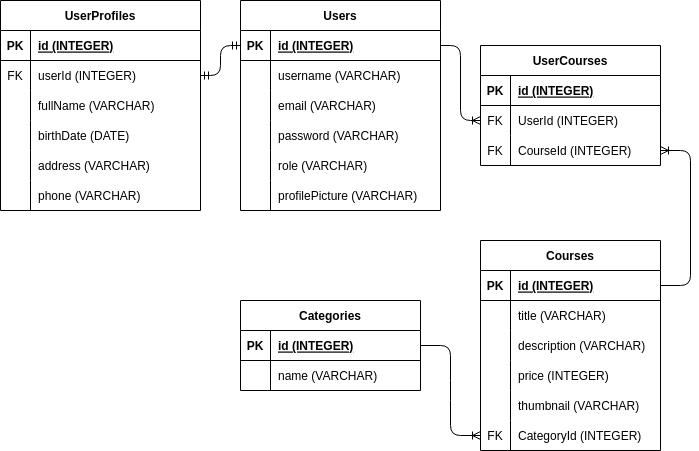
Earlier version of the draw.io export erd.drawio.png (HuseinHQ/ayo-coding). Source tidied: cells renumbered, new cells last; positions are measured from the earlier drawing's top-left corner, leaving out a move shared by most shapes.
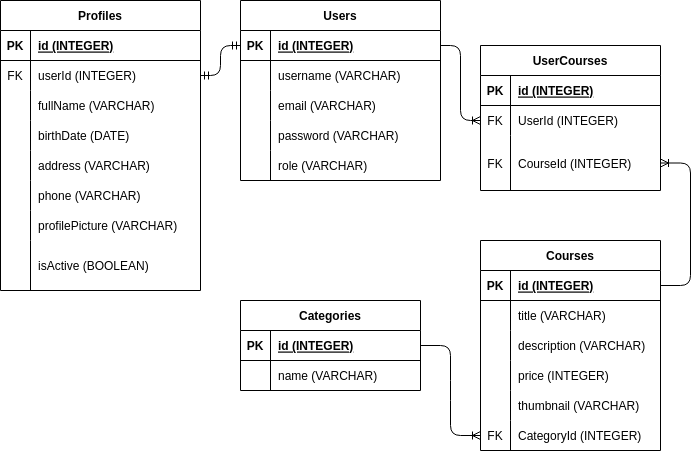
Above is the later version.

The edit, as a diff of the source:
```diff
@@ -3,7 +3,7 @@
     <mxCell id="0" />
     <mxCell id="1" parent="0" />
     <mxCell id="2" value="Users" style="shape=table;startSize=30;rowLines=0;fontStyle=1;align=center;" parent="1" vertex="1">
-      <mxGeometry x="240" width="200" height="210" as="geometry" />
+      <mxGeometry x="240" width="200" height="180" as="geometry" />
     </mxCell>
     <mxCell id="3" style="shape=tableRow;horizontal=0;startSize=0;swimlaneHead=0;swimlaneBody=0;fillColor=none;points=[[0,0.5],[1,0.5]];portConstraint=eastwest;top=0;left=0;right=0;bottom=1;" parent="2" vertex="1">
       <mxGeometry y="30" width="200" height="30" as="geometry" />
@@ -50,15 +50,6 @@
     <mxCell id="17" value="role (VARCHAR)" style="shape=partialRectangle;fillColor=none;top=0;left=0;bottom=0;right=0;align=left;spacingLeft=6;overflow=hidden;" parent="15" vertex="1">
       <mxGeometry x="30" width="170" height="30" as="geometry" />
     </mxCell>
-    <mxCell id="18" style="shape=tableRow;horizontal=0;startSize=0;swimlaneHead=0;swimlaneBody=0;fillColor=none;top=0;left=0;right=0;bottom=0;" parent="2" vertex="1">
-      <mxGeometry y="180" width="200" height="30" as="geometry" />
-    </mxCell>
-    <mxCell id="19" style="shape=partialRectangle;fillColor=none;top=0;left=0;bottom=0;right=0;overflow=hidden;" parent="18" vertex="1">
-      <mxGeometry width="30" height="30" as="geometry" />
-    </mxCell>
-    <mxCell id="20" value="profilePicture (VARCHAR)" style="shape=partialRectangle;fillColor=none;top=0;left=0;bottom=0;right=0;align=left;spacingLeft=6;overflow=hidden;" parent="18" vertex="1">
-      <mxGeometry x="30" width="170" height="30" as="geometry" />
-    </mxCell>
     <mxCell id="21" value="Courses" style="shape=table;startSize=30;rowLines=0;fontStyle=1;align=center;" parent="1" vertex="1">
       <mxGeometry x="480" y="240" width="180" height="210" as="geometry" />
     </mxCell>
@@ -116,8 +107,8 @@
     <mxCell id="39" value="CategoryId (INTEGER)" style="shape=partialRectangle;fillColor=none;top=0;left=0;bottom=0;right=0;align=left;spacingLeft=6;overflow=hidden;" parent="37" vertex="1">
       <mxGeometry x="30" width="150" height="30" as="geometry" />
     </mxCell>
-    <mxCell id="40" value="UserProfiles" style="shape=table;startSize=30;rowLines=0;fontStyle=1;align=center;" parent="1" vertex="1">
-      <mxGeometry width="200" height="210" as="geometry" />
+    <mxCell id="40" value="Profiles" style="shape=table;startSize=30;rowLines=0;fontStyle=1;align=center;" parent="1" vertex="1">
+      <mxGeometry width="200" height="290" as="geometry" />
     </mxCell>
     <mxCell id="41" style="shape=tableRow;horizontal=0;startSize=0;swimlaneHead=0;swimlaneBody=0;fillColor=none;top=0;left=0;right=0;bottom=1;" parent="40" vertex="1">
       <mxGeometry y="30" width="200" height="30" as="geometry" />
@@ -164,14 +155,32 @@
     <mxCell id="55" value="address (VARCHAR)" style="shape=partialRectangle;fillColor=none;top=0;left=0;bottom=0;right=0;align=left;spacingLeft=6;overflow=hidden;" parent="53" vertex="1">
       <mxGeometry x="30" width="170" height="30" as="geometry" />
     </mxCell>
+    <mxCell id="18" style="shape=tableRow;horizontal=0;startSize=0;swimlaneHead=0;swimlaneBody=0;fillColor=none;top=0;left=0;right=0;bottom=0;" parent="40" vertex="1">
+      <mxGeometry y="180" width="200" height="30" as="geometry" />
+    </mxCell>
+    <mxCell id="80" style="shape=partialRectangle;fillColor=none;top=0;left=0;bottom=0;right=0;overflow=hidden;" parent="18" vertex="1">
+      <mxGeometry width="30" height="30" as="geometry" />
+    </mxCell>
+    <mxCell id="81" value="phone (VARCHAR)" style="shape=partialRectangle;fillColor=none;top=0;left=0;bottom=0;right=0;align=left;spacingLeft=6;overflow=hidden;" parent="18" vertex="1">
+      <mxGeometry x="30" width="170" height="30" as="geometry" />
+    </mxCell>
+    <mxCell id="82" style="shape=tableRow;horizontal=0;startSize=0;swimlaneHead=0;swimlaneBody=0;fillColor=none;top=0;left=0;right=0;bottom=0;" parent="40" vertex="1">
+      <mxGeometry y="210" width="200" height="30" as="geometry" />
+    </mxCell>
+    <mxCell id="83" style="shape=partialRectangle;fillColor=none;top=0;left=0;bottom=0;right=0;overflow=hidden;" parent="82" vertex="1">
+      <mxGeometry width="30" height="30" as="geometry" />
+    </mxCell>
+    <mxCell id="20" value="profilePicture (VARCHAR)" style="shape=partialRectangle;fillColor=none;top=0;left=0;bottom=0;right=0;align=left;spacingLeft=6;overflow=hidden;" parent="82" vertex="1">
+      <mxGeometry x="30" width="170" height="30" as="geometry" />
+    </mxCell>
     <mxCell id="56" style="shape=tableRow;horizontal=0;startSize=0;swimlaneHead=0;swimlaneBody=0;fillColor=none;top=0;left=0;right=0;bottom=0;" parent="40" vertex="1">
-      <mxGeometry y="180" width="200" height="30" as="geometry" />
+      <mxGeometry y="240" width="200" height="50" as="geometry" />
     </mxCell>
     <mxCell id="57" style="shape=partialRectangle;fillColor=none;top=0;left=0;bottom=0;right=0;overflow=hidden;" parent="56" vertex="1">
-      <mxGeometry width="30" height="30" as="geometry" />
+      <mxGeometry width="30" height="50" as="geometry" />
     </mxCell>
-    <mxCell id="58" value="phone (VARCHAR)" style="shape=partialRectangle;fillColor=none;top=0;left=0;bottom=0;right=0;align=left;spacingLeft=6;overflow=hidden;" parent="56" vertex="1">
-      <mxGeometry x="30" width="170" height="30" as="geometry" />
+    <mxCell id="58" value="isActive (BOOLEAN)" style="shape=partialRectangle;fillColor=none;top=0;left=0;bottom=0;right=0;align=left;spacingLeft=6;overflow=hidden;" parent="56" vertex="1">
+      <mxGeometry x="30" width="170" height="50" as="geometry" />
     </mxCell>
     <mxCell id="59" style="edgeStyle=orthogonalEdgeStyle;fontSize=12;html=1;endArrow=ERmandOne;startArrow=ERmandOne;entryX=0;entryY=0.5;entryDx=0;entryDy=0;exitX=1;exitY=0.5;exitDx=0;exitDy=0;" parent="1" edge="1" source="44" target="3">
       <mxGeometry relative="1" as="geometry" />
@@ -198,7 +207,7 @@
       <mxGeometry x="30" width="150" height="30" as="geometry" />
     </mxCell>
     <mxCell id="67" value="UserCourses" style="shape=table;startSize=30;rowLines=0;fontStyle=1;align=center;" parent="1" vertex="1">
-      <mxGeometry x="480" y="45" width="180" height="120" as="geometry" />
+      <mxGeometry x="480" y="45" width="180" height="145" as="geometry" />
     </mxCell>
     <mxCell id="68" style="shape=tableRow;horizontal=0;startSize=0;swimlaneHead=0;swimlaneBody=0;fillColor=none;top=0;left=0;right=0;bottom=1;" parent="67" vertex="1">
       <mxGeometry y="30" width="180" height="30" as="geometry" />
@@ -219,13 +228,13 @@
       <mxGeometry x="30" width="150" height="30" as="geometry" />
     </mxCell>
     <mxCell id="74" style="shape=tableRow;horizontal=0;startSize=0;swimlaneHead=0;swimlaneBody=0;fillColor=none;points=[[0,0.5],[1,0.5]];portConstraint=eastwest;top=0;left=0;right=0;bottom=0;" parent="67" vertex="1">
-      <mxGeometry y="90" width="180" height="30" as="geometry" />
+      <mxGeometry y="90" width="180" height="55" as="geometry" />
     </mxCell>
     <mxCell id="75" value="FK" style="shape=partialRectangle;fillColor=none;top=0;left=0;bottom=0;right=0;overflow=hidden;" parent="74" vertex="1">
-      <mxGeometry width="30" height="30" as="geometry" />
+      <mxGeometry width="30" height="55" as="geometry" />
     </mxCell>
     <mxCell id="76" value="CourseId (INTEGER)" style="shape=partialRectangle;fillColor=none;top=0;left=0;bottom=0;right=0;align=left;spacingLeft=6;overflow=hidden;" parent="74" vertex="1">
-      <mxGeometry x="30" width="150" height="30" as="geometry" />
+      <mxGeometry x="30" width="150" height="55" as="geometry" />
     </mxCell>
     <mxCell id="77" style="edgeStyle=orthogonalEdgeStyle;fontSize=12;html=1;endArrow=ERoneToMany;entryX=0;entryY=0.5;entryDx=0;entryDy=0;exitX=1;exitY=0.5;exitDx=0;exitDy=0;" parent="1" edge="1" source="3" target="71">
       <mxGeometry relative="1" as="geometry" />
```
